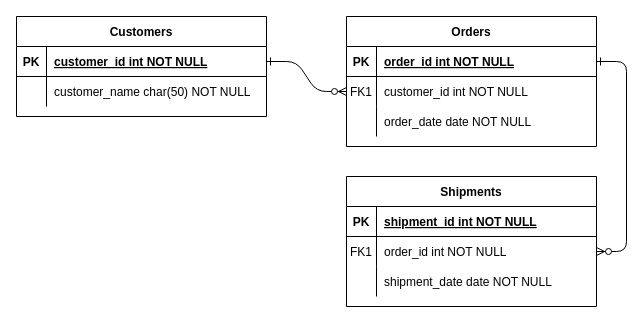
Before: 未命名绘图.drawio in 19Jin/Database_Design, a draw.io diagram. Source tidied: cells renumbered, new cells numbered last; positions are measured from the earlier drawing's top-left corner, leaving out a move shared by most shapes. Both pictures are drawn from the tidied source at 100%, with x=0, y=0 at pixel (16, 16).
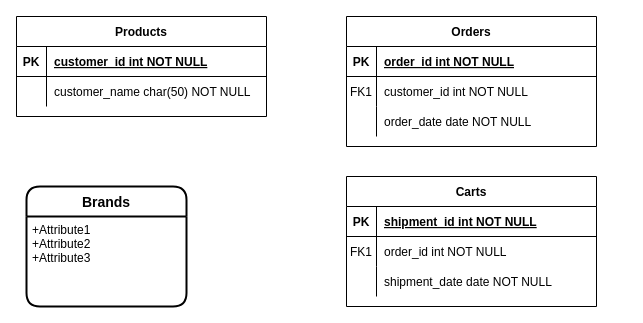
Above is the later version.

Unchanged cells that the change refers to:
```xml
<mxCell id="5" style="shape=partialRectangle;fillColor=none;points=[[0,0.5],[1,0.5]];portConstraint=eastwest;top=0;left=0;right=0;bottom=1;" parent="4" vertex="1">
  <mxGeometry y="30" width="250" height="30" as="geometry" />
</mxCell>
<mxCell id="8" style="shape=partialRectangle;fillColor=none;points=[[0,0.5],[1,0.5]];portConstraint=eastwest;top=0;left=0;right=0;bottom=0;" parent="4" vertex="1">
  <mxGeometry y="60" width="250" height="30" as="geometry" />
</mxCell>
<mxCell id="18" style="shape=partialRectangle;fillColor=none;points=[[0,0.5],[1,0.5]];portConstraint=eastwest;top=0;left=0;right=0;bottom=0;" parent="14" vertex="1">
  <mxGeometry y="60" width="250" height="30" as="geometry" />
</mxCell>
<mxCell id="25" style="shape=partialRectangle;fillColor=none;points=[[0,0.5],[1,0.5]];portConstraint=eastwest;top=0;left=0;right=0;bottom=1;" parent="24" vertex="1">
  <mxGeometry y="30" width="250" height="30" as="geometry" />
</mxCell>
```

Change to the diagram source:
```diff
@@
-    <mxCell id="2" style="edgeStyle=entityRelationEdgeStyle;endArrow=ERzeroToMany;startArrow=ERone;endFill=1;startFill=0;" parent="1" edge="1" source="25" target="8">
-      <mxGeometry relative="1" as="geometry" />
-    </mxCell>
-    <mxCell id="3" style="edgeStyle=entityRelationEdgeStyle;endArrow=ERzeroToMany;startArrow=ERone;endFill=1;startFill=0;" parent="1" edge="1" source="5" target="18">
-      <mxGeometry relative="1" as="geometry" />
-    </mxCell>
@@
-    <mxCell id="14" value="Shipments" style="shape=table;startSize=30;childLayout=tableLayout;rowLines=0;fontStyle=1;align=center;" parent="1" vertex="1">
+    <mxCell id="14" value="Carts" style="shape=table;startSize=30;childLayout=tableLayout;rowLines=0;fontStyle=1;align=center;" parent="1" vertex="1">
       <mxGeometry x="330" y="160" width="250" height="130" as="geometry" />
     </mxCell>
@@
-    <mxCell id="24" value="Customers" style="shape=table;startSize=30;childLayout=tableLayout;rowLines=0;fontStyle=1;align=center;" parent="1" vertex="1">
+    <mxCell id="24" value="Products" style="shape=table;startSize=30;childLayout=tableLayout;rowLines=0;fontStyle=1;align=center;" parent="1" vertex="1">
       <mxGeometry width="250" height="100" as="geometry" />
     </mxCell>
@@
+    <mxCell id="31" value="Brands" style="swimlane;horizontal=1;startSize=30;rounded=1;fontSize=14;fontStyle=1;strokeWidth=2;shadow=0;dashed=0;align=center;fillColor=none;" parent="1" vertex="1">
+      <mxGeometry x="10" y="170" width="160" height="120" as="geometry" />
+    </mxCell>
+    <mxCell id="32" value="+Attribute1&#10;+Attribute2&#10;+Attribute3" style="align=left;strokeColor=none;fillColor=none;spacingLeft=4;fontSize=12;verticalAlign=top;strokeWidth=2;" parent="31" vertex="1">
+      <mxGeometry y="30" width="160" height="90" as="geometry" />
+    </mxCell>
```
